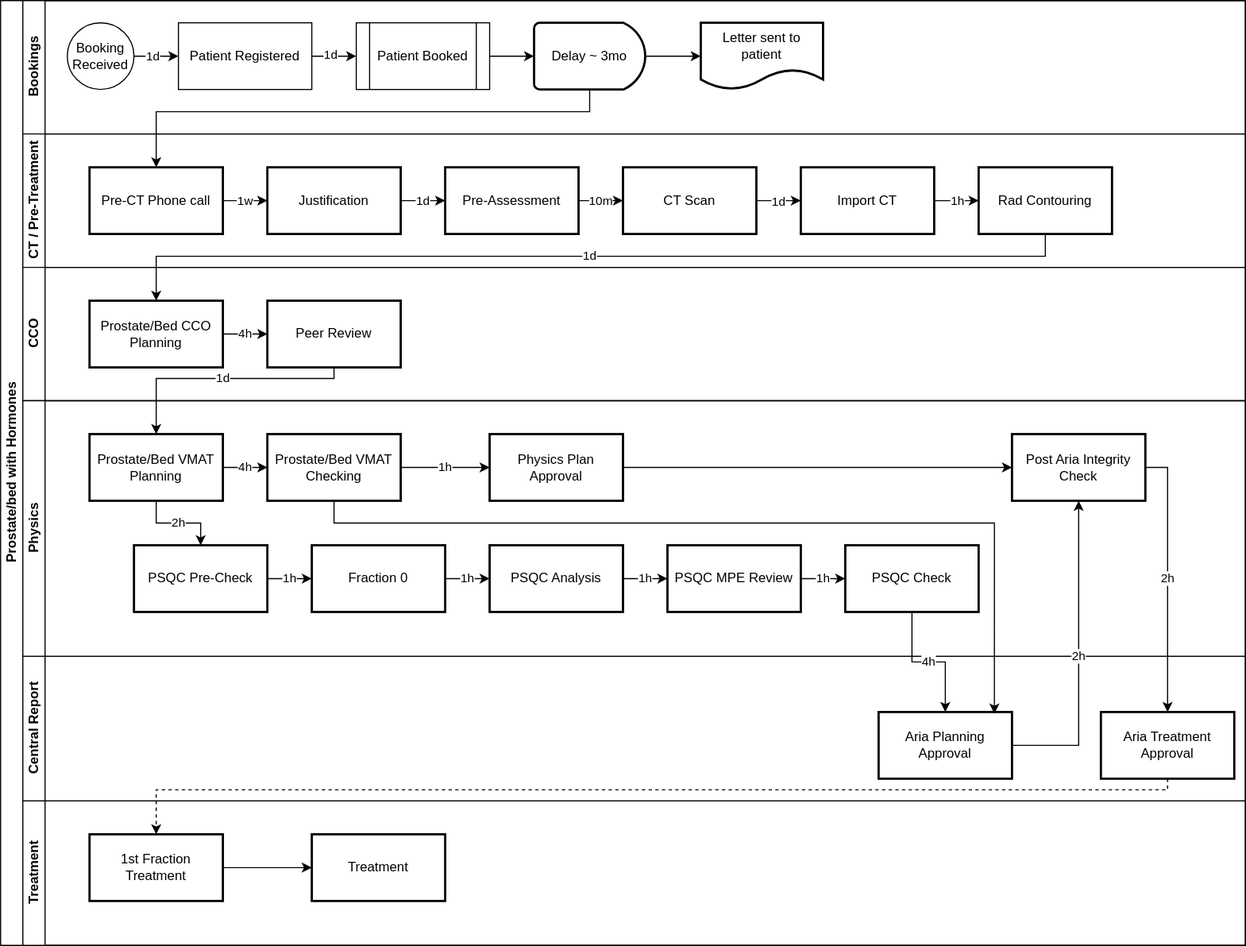
The draw.io diagram Assets/ProstateOnly_Hormone.svg in MCollins87/CarePathReview, before a commit. Source tidied: cells renumbered, new cells last; positions are measured from the earlier drawing's top-left corner, leaving out a move shared by most shapes.
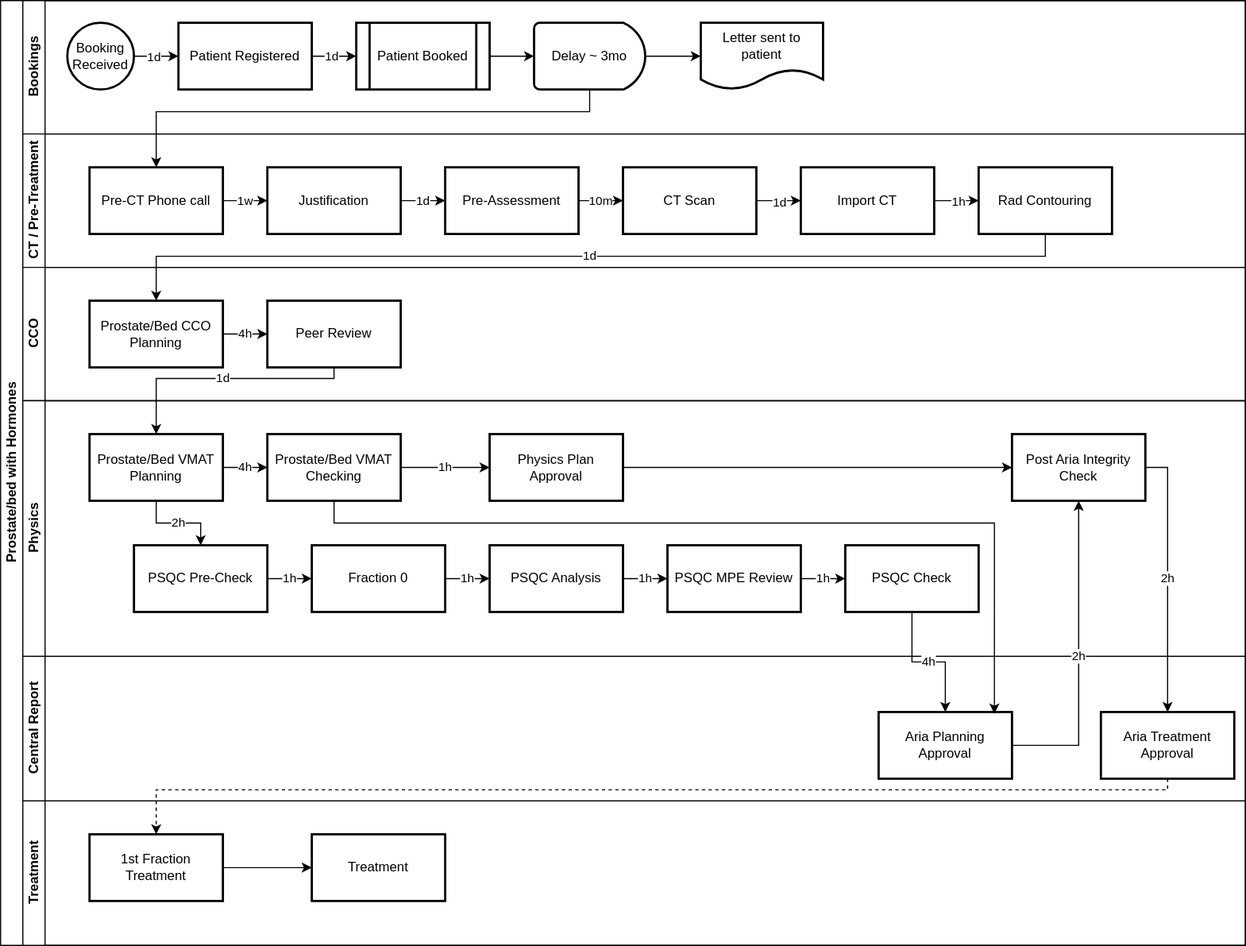
Above is the later version.

Diff of the diagram source:
```diff
@@ -14,7 +14,7 @@
     <mxCell id="5" value="1d" style="edgeLabel;html=1;align=center;verticalAlign=middle;" parent="4" vertex="1">
       <mxGeometry x="-0.15" relative="1" as="geometry" />
     </mxCell>
-    <mxCell id="6" value="Booking Received" style="ellipse;whiteSpace=wrap;html=1;" parent="3" vertex="1">
+    <mxCell id="6" value="Booking Received" style="ellipse;whiteSpace=wrap;html=1;strokeWidth=2;" parent="3" vertex="1">
       <mxGeometry x="40" y="20" width="60" height="60" as="geometry" />
     </mxCell>
     <mxCell id="7" style="edgeStyle=orthogonalEdgeStyle;rounded=0;jettySize=auto;html=1;" parent="3" edge="1" source="9" target="10">
@@ -23,10 +23,10 @@
     <mxCell id="8" value="1d" style="edgeLabel;html=1;align=center;verticalAlign=middle;" parent="7" vertex="1">
       <mxGeometry x="-0.13" y="1" relative="1" as="geometry" />
     </mxCell>
-    <mxCell id="9" value="Patient Registered" style="whiteSpace=wrap;html=1;" parent="3" vertex="1">
+    <mxCell id="9" value="Patient Registered" style="whiteSpace=wrap;html=1;strokeWidth=2;" parent="3" vertex="1">
       <mxGeometry x="140" y="20" width="120" height="60" as="geometry" />
     </mxCell>
-    <mxCell id="10" value="Patient Booked" style="shape=process;whiteSpace=wrap;html=1;backgroundOutline=1;" parent="3" vertex="1">
+    <mxCell id="10" value="Patient Booked" style="shape=process;whiteSpace=wrap;html=1;backgroundOutline=1;strokeWidth=2;" parent="3" vertex="1">
       <mxGeometry x="300" y="20" width="120" height="60" as="geometry" />
     </mxCell>
     <mxCell id="11" style="edgeStyle=orthogonalEdgeStyle;rounded=0;jettySize=auto;html=1;" parent="3" edge="1" source="12" target="14">
```
